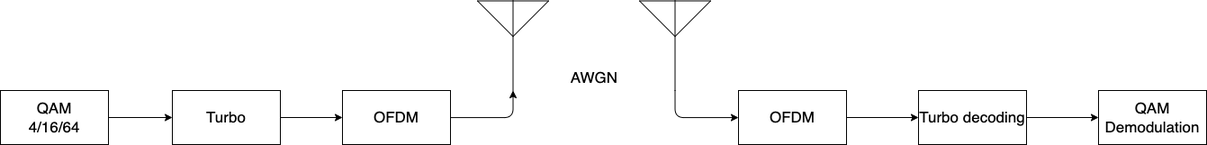
Earlier version of the draw.io export screenshots/systemblock.png (gameliee/CDE204_LTE_matlab). Source tidied: cells renumbered, new cells last; positions are measured from the earlier drawing's top-left corner, leaving out a move shared by most shapes.
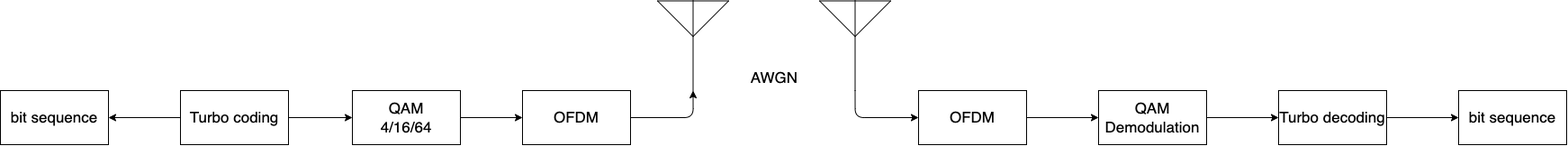
Above is the later version.

Commit message:
fix system block diagram

Change to the diagram source:
```diff
@@ -14,13 +14,16 @@
     <mxCell id="5" style="edgeStyle=orthogonalEdgeStyle;html=1;fontSize=17;" parent="1" edge="1" source="6" target="8">
       <mxGeometry relative="1" as="geometry" />
     </mxCell>
+    <mxCell id="17" style="edgeStyle=none;html=1;" parent="1" edge="1" source="6" target="19">
+      <mxGeometry relative="1" as="geometry" />
+    </mxCell>
-    <mxCell id="6" value="QAM&lt;br style=&quot;font-size: 17px;&quot;&gt;4/16/64" style="rounded=0;whiteSpace=wrap;html=1;fontSize=17;" parent="1" vertex="1">
+    <mxCell id="6" value="Turbo coding" style="rounded=0;whiteSpace=wrap;html=1;fontSize=17;" parent="1" vertex="1">
       <mxGeometry y="100" width="120" height="60" as="geometry" />
     </mxCell>
     <mxCell id="7" style="edgeStyle=orthogonalEdgeStyle;html=1;entryX=0;entryY=0.5;entryDx=0;entryDy=0;fontSize=17;" parent="1" edge="1" source="8" target="4">
       <mxGeometry relative="1" as="geometry" />
     </mxCell>
-    <mxCell id="8" value="Turbo" style="whiteSpace=wrap;html=1;rounded=0;fontSize=17;" parent="1" vertex="1">
+    <mxCell id="8" value="QAM&lt;br&gt;4/16/64" style="whiteSpace=wrap;html=1;rounded=0;fontSize=17;" parent="1" vertex="1">
       <mxGeometry x="191" y="100" width="120" height="60" as="geometry" />
     </mxCell>
     <mxCell id="9" style="edgeStyle=orthogonalEdgeStyle;html=1;exitX=0.5;exitY=1;exitDx=0;exitDy=0;exitPerimeter=0;fontSize=17;" parent="1" edge="1" source="10" target="12">
@@ -38,14 +41,23 @@
     <mxCell id="13" style="edgeStyle=orthogonalEdgeStyle;html=1;fontSize=17;" parent="1" edge="1" source="14" target="15">
       <mxGeometry relative="1" as="geometry" />
     </mxCell>
-    <mxCell id="14" value="Turbo decoding" style="whiteSpace=wrap;html=1;verticalAlign=middle;shadow=0;dashed=0;fontSize=17;" parent="1" vertex="1">
+    <mxCell id="14" value="QAM Demodulation" style="whiteSpace=wrap;html=1;verticalAlign=middle;shadow=0;dashed=0;fontSize=17;" parent="1" vertex="1">
       <mxGeometry x="1020" y="100" width="120" height="60" as="geometry" />
     </mxCell>
+    <mxCell id="18" style="edgeStyle=none;html=1;" parent="1" edge="1" source="15" target="20">
+      <mxGeometry relative="1" as="geometry" />
+    </mxCell>
-    <mxCell id="15" value="QAM Demodulation" style="whiteSpace=wrap;html=1;verticalAlign=middle;shadow=0;dashed=0;fontSize=17;" parent="1" vertex="1">
+    <mxCell id="15" value="Turbo decoding" style="whiteSpace=wrap;html=1;verticalAlign=middle;shadow=0;dashed=0;fontSize=17;" parent="1" vertex="1">
       <mxGeometry x="1220" y="100" width="120" height="60" as="geometry" />
     </mxCell>
     <mxCell id="16" value="AWGN" style="text;html=1;strokeColor=none;fillColor=none;align=center;verticalAlign=middle;whiteSpace=wrap;rounded=0;fontSize=17;" parent="1" vertex="1">
       <mxGeometry x="630" y="71" width="60" height="30" as="geometry" />
     </mxCell>
+    <mxCell id="19" value="bit sequence" style="whiteSpace=wrap;html=1;fontSize=17;rounded=0;" parent="1" vertex="1">
+      <mxGeometry x="-200" y="100" width="120" height="60" as="geometry" />
+    </mxCell>
+    <mxCell id="20" value="bit sequence" style="whiteSpace=wrap;html=1;fontSize=17;shadow=0;dashed=0;" parent="1" vertex="1">
+      <mxGeometry x="1420" y="100" width="120" height="60" as="geometry" />
+    </mxCell>
   </root>
 </mxGraphModel>
```
